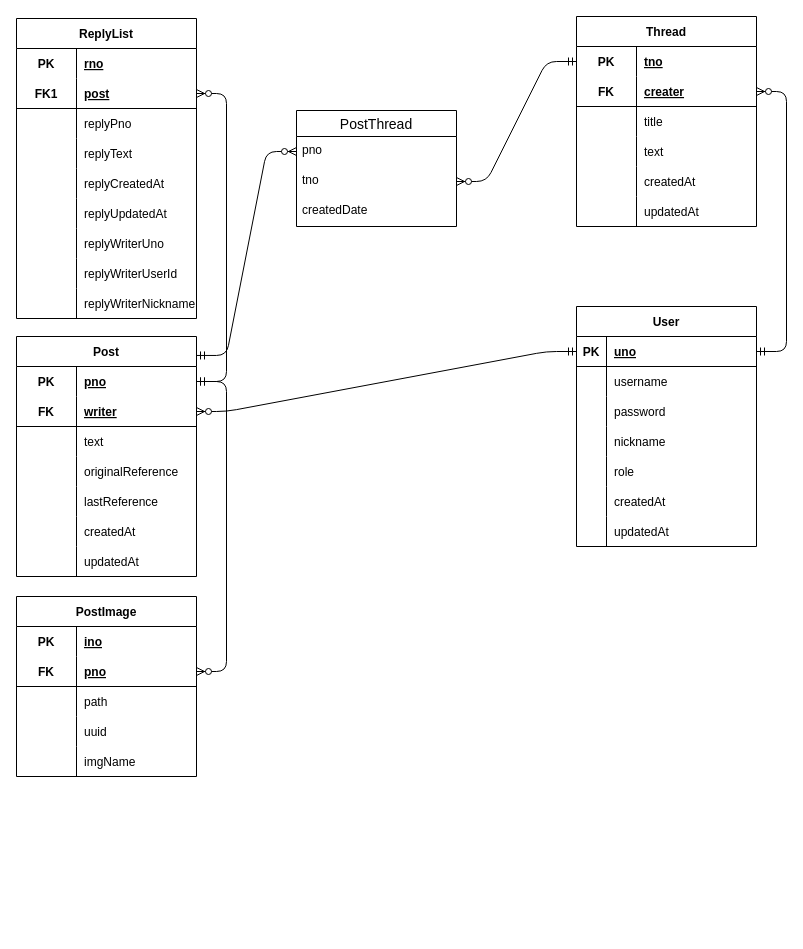
Earlier version of the draw.io diagram drawio/post_thread.drawio (dudgus1286/boardproject). Source tidied: cells renumbered, new cells numbered last; positions are measured from the earlier drawing's top-left corner, leaving out a move shared by most shapes. Both pictures are drawn from the tidied source at 100%, with x=0, y=0 at pixel (16, 16).
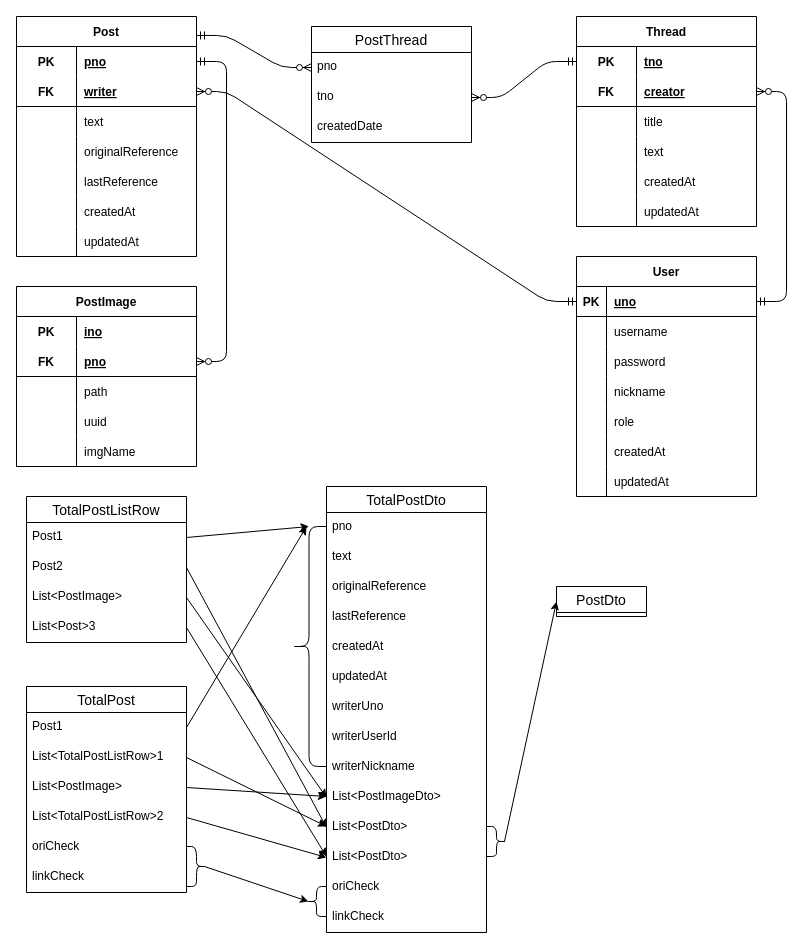
The same page after the edit.

The change refers to these unchanged cells:
```xml
<mxCell id="6" style="shape=tableRow;horizontal=0;startSize=0;swimlaneHead=0;swimlaneBody=0;fillColor=none;points=[[0,0.5],[1,0.5]];portConstraint=eastwest;top=0;left=0;right=0;bottom=1;" parent="2" vertex="1">
  <mxGeometry y="60" width="180" height="30" as="geometry" />
</mxCell>
<mxCell id="22" style="shape=tableRow;horizontal=0;startSize=0;swimlaneHead=0;swimlaneBody=0;fillColor=none;points=[[0,0.5],[1,0.5]];portConstraint=eastwest;top=0;left=0;right=0;bottom=0;" parent="21" vertex="1">
  <mxGeometry y="30" width="180" height="30" as="geometry" />
</mxCell>
```

Change to the diagram source:
```diff
@@
-    <mxCell id="8" value="creater" style="shape=partialRectangle;fillColor=none;top=0;left=0;bottom=0;right=0;align=left;spacingLeft=6;fontStyle=5;overflow=hidden;" parent="6" vertex="1">
+    <mxCell id="8" value="creator" style="shape=partialRectangle;fillColor=none;top=0;left=0;bottom=0;right=0;align=left;spacingLeft=6;fontStyle=5;overflow=hidden;" parent="6" vertex="1">
       <mxGeometry x="60" width="120" height="30" as="geometry" />
     </mxCell>
@@
     <mxCell id="21" value="Post" style="shape=table;startSize=30;childLayout=tableLayout;rowLines=0;fontStyle=1;align=center;" parent="1" vertex="1">
-      <mxGeometry y="320" width="180" height="240" as="geometry" />
+      <mxGeometry width="180" height="240" as="geometry" />
     </mxCell>
@@
     <mxCell id="43" value="User" style="shape=table;startSize=30;childLayout=tableLayout;rowLines=0;fontStyle=1;align=center;" parent="1" vertex="1">
-      <mxGeometry x="560" y="290" width="180" height="240" as="geometry" />
+      <mxGeometry x="560" y="240" width="180" height="240" as="geometry" />
     </mxCell>
@@
     <mxCell id="65" value="PostImage" style="shape=table;startSize=30;childLayout=tableLayout;rowLines=0;fontStyle=1;align=center;" parent="1" vertex="1">
-      <mxGeometry y="580" width="180" height="180" as="geometry" />
+      <mxGeometry y="270" width="180" height="180" as="geometry" />
     </mxCell>
@@
     <mxCell id="81" value="PostThread" style="swimlane;fontStyle=0;horizontal=1;startSize=26;align=center;fontSize=14;" parent="1" vertex="1">
-      <mxGeometry x="280" y="94" width="160" height="116" as="geometry" />
+      <mxGeometry x="295" y="10" width="160" height="116" as="geometry" />
     </mxCell>
@@
-    <mxCell id="90" value="ReplyList" style="shape=table;startSize=30;childLayout=tableLayout;rowLines=0;fontStyle=1;align=center;" parent="1" vertex="1">
-      <mxGeometry y="2" width="180" height="300" as="geometry" />
-    </mxCell>
-    <mxCell id="91" style="shape=tableRow;horizontal=0;startSize=0;swimlaneHead=0;swimlaneBody=0;fillColor=none;top=0;left=0;right=0;bottom=0;" parent="90" vertex="1">
-      <mxGeometry y="30" width="180" height="30" as="geometry" />
-    </mxCell>
-    <mxCell id="92" value="PK" style="shape=partialRectangle;fillColor=none;top=0;left=0;bottom=0;right=0;fontStyle=1;overflow=hidden;" parent="91" vertex="1">
-      <mxGeometry width="60" height="30" as="geometry" />
-    </mxCell>
-    <mxCell id="93" value="rno" style="shape=partialRectangle;fillColor=none;top=0;left=0;bottom=0;right=0;align=left;spacingLeft=6;fontStyle=5;overflow=hidden;" parent="91" vertex="1">
-      <mxGeometry x="60" width="120" height="30" as="geometry" />
-    </mxCell>
-    <mxCell id="94" style="shape=tableRow;horizontal=0;startSize=0;swimlaneHead=0;swimlaneBody=0;fillColor=none;points=[[0,0.5],[1,0.5]];portConstraint=eastwest;top=0;left=0;right=0;bottom=1;" parent="90" vertex="1">
-      <mxGeometry y="60" width="180" height="30" as="geometry" />
-    </mxCell>
-    <mxCell id="95" value="FK1" style="shape=partialRectangle;fillColor=none;top=0;left=0;bottom=0;right=0;fontStyle=1;overflow=hidden;" parent="94" vertex="1">
-      <mxGeometry width="60" height="30" as="geometry" />
-    </mxCell>
-    <mxCell id="96" value="post" style="shape=partialRectangle;fillColor=none;top=0;left=0;bottom=0;right=0;align=left;spacingLeft=6;fontStyle=5;overflow=hidden;" parent="94" vertex="1">
-      <mxGeometry x="60" width="120" height="30" as="geometry" />
-    </mxCell>
-    <mxCell id="97" style="shape=tableRow;horizontal=0;startSize=0;swimlaneHead=0;swimlaneBody=0;fillColor=none;top=0;left=0;right=0;bottom=0;" parent="90" vertex="1">
-      <mxGeometry y="90" width="180" height="30" as="geometry" />
-    </mxCell>
-    <mxCell id="98" style="shape=partialRectangle;fillColor=none;top=0;left=0;bottom=0;right=0;overflow=hidden;" parent="97" vertex="1">
-      <mxGeometry width="60" height="30" as="geometry" />
-    </mxCell>
-    <mxCell id="99" value="replyPno" style="shape=partialRectangle;fillColor=none;top=0;left=0;bottom=0;right=0;align=left;spacingLeft=6;overflow=hidden;" parent="97" vertex="1">
-      <mxGeometry x="60" width="120" height="30" as="geometry" />
-    </mxCell>
-    <mxCell id="100" style="shape=tableRow;horizontal=0;startSize=0;swimlaneHead=0;swimlaneBody=0;fillColor=none;top=0;left=0;right=0;bottom=0;" parent="90" vertex="1">
-      <mxGeometry y="120" width="180" height="30" as="geometry" />
-    </mxCell>
-    <mxCell id="101" style="shape=partialRectangle;fillColor=none;top=0;left=0;bottom=0;right=0;overflow=hidden;" parent="100" vertex="1">
-      <mxGeometry width="60" height="30" as="geometry" />
-    </mxCell>
-    <mxCell id="102" value="replyText" style="shape=partialRectangle;fillColor=none;top=0;left=0;bottom=0;right=0;align=left;spacingLeft=6;overflow=hidden;" parent="100" vertex="1">
-      <mxGeometry x="60" width="120" height="30" as="geometry" />
-    </mxCell>
-    <mxCell id="103" style="shape=tableRow;horizontal=0;startSize=0;swimlaneHead=0;swimlaneBody=0;fillColor=none;top=0;left=0;right=0;bottom=0;" parent="90" vertex="1">
-      <mxGeometry y="150" width="180" height="30" as="geometry" />
-    </mxCell>
-    <mxCell id="104" style="shape=partialRectangle;fillColor=none;top=0;left=0;bottom=0;right=0;overflow=hidden;" parent="103" vertex="1">
-      <mxGeometry width="60" height="30" as="geometry" />
-    </mxCell>
-    <mxCell id="105" value="replyCreatedAt" style="shape=partialRectangle;fillColor=none;top=0;left=0;bottom=0;right=0;align=left;spacingLeft=6;overflow=hidden;" parent="103" vertex="1">
-      <mxGeometry x="60" width="120" height="30" as="geometry" />
-    </mxCell>
-    <mxCell id="106" style="shape=tableRow;horizontal=0;startSize=0;swimlaneHead=0;swimlaneBody=0;fillColor=none;top=0;left=0;right=0;bottom=0;" parent="90" vertex="1">
-      <mxGeometry y="180" width="180" height="30" as="geometry" />
-    </mxCell>
-    <mxCell id="107" style="shape=partialRectangle;fillColor=none;top=0;left=0;bottom=0;right=0;overflow=hidden;" parent="106" vertex="1">
-      <mxGeometry width="60" height="30" as="geometry" />
-    </mxCell>
-    <mxCell id="108" value="replyUpdatedAt" style="shape=partialRectangle;fillColor=none;top=0;left=0;bottom=0;right=0;align=left;spacingLeft=6;overflow=hidden;" parent="106" vertex="1">
-      <mxGeometry x="60" width="120" height="30" as="geometry" />
-    </mxCell>
-    <mxCell id="109" style="shape=tableRow;horizontal=0;startSize=0;swimlaneHead=0;swimlaneBody=0;fillColor=none;top=0;left=0;right=0;bottom=0;" parent="90" vertex="1">
-      <mxGeometry y="210" width="180" height="30" as="geometry" />
-    </mxCell>
-    <mxCell id="110" style="shape=partialRectangle;fillColor=none;top=0;left=0;bottom=0;right=0;overflow=hidden;" parent="109" vertex="1">
-      <mxGeometry width="60" height="30" as="geometry" />
-    </mxCell>
-    <mxCell id="111" value="replyWriterUno" style="shape=partialRectangle;fillColor=none;top=0;left=0;bottom=0;right=0;align=left;spacingLeft=6;overflow=hidden;" parent="109" vertex="1">
-      <mxGeometry x="60" width="120" height="30" as="geometry" />
-    </mxCell>
-    <mxCell id="112" style="shape=tableRow;horizontal=0;startSize=0;swimlaneHead=0;swimlaneBody=0;fillColor=none;top=0;left=0;right=0;bottom=0;" parent="90" vertex="1">
-      <mxGeometry y="240" width="180" height="30" as="geometry" />
-    </mxCell>
-    <mxCell id="113" style="shape=partialRectangle;fillColor=none;top=0;left=0;bottom=0;right=0;overflow=hidden;" parent="112" vertex="1">
-      <mxGeometry width="60" height="30" as="geometry" />
-    </mxCell>
-    <mxCell id="114" value="replyWriterUserId" style="shape=partialRectangle;fillColor=none;top=0;left=0;bottom=0;right=0;align=left;spacingLeft=6;overflow=hidden;" parent="112" vertex="1">
-      <mxGeometry x="60" width="120" height="30" as="geometry" />
-    </mxCell>
-    <mxCell id="115" style="shape=tableRow;horizontal=0;startSize=0;swimlaneHead=0;swimlaneBody=0;fillColor=none;top=0;left=0;right=0;bottom=0;" parent="90" vertex="1">
-      <mxGeometry y="270" width="180" height="30" as="geometry" />
-    </mxCell>
-    <mxCell id="116" style="shape=partialRectangle;fillColor=none;top=0;left=0;bottom=0;right=0;overflow=hidden;" parent="115" vertex="1">
-      <mxGeometry width="60" height="30" as="geometry" />
-    </mxCell>
-    <mxCell id="117" value="replyWriterNickname" style="shape=partialRectangle;fillColor=none;top=0;left=0;bottom=0;right=0;align=left;spacingLeft=6;overflow=hidden;" parent="115" vertex="1">
-      <mxGeometry x="60" width="120" height="30" as="geometry" />
-    </mxCell>
-    <mxCell id="118" style="edgeStyle=entityRelationEdgeStyle;fontSize=12;html=1;endArrow=ERzeroToMany;startArrow=ERmandOne;exitX=1;exitY=0.5;exitDx=0;exitDy=0;entryX=1;entryY=0.5;entryDx=0;entryDy=0;" parent="1" edge="1" source="22" target="94">
-      <mxGeometry relative="1" as="geometry" />
-    </mxCell>
+    <mxCell id="119" value="TotalPostListRow" style="swimlane;fontStyle=0;horizontal=1;startSize=26;align=center;fontSize=14;" parent="1" vertex="1">
+      <mxGeometry x="10" y="480" width="160" height="146" as="geometry" />
+    </mxCell>
+    <mxCell id="120" value="Post1" style="text;strokeColor=none;fillColor=none;spacingLeft=4;spacingRight=4;overflow=hidden;points=[[0,0.5],[1,0.5]];portConstraint=eastwest;fontSize=12;" parent="119" vertex="1">
+      <mxGeometry y="26" width="160" height="30" as="geometry" />
+    </mxCell>
+    <mxCell id="121" value="Post2" style="text;strokeColor=none;fillColor=none;spacingLeft=4;spacingRight=4;overflow=hidden;points=[[0,0.5],[1,0.5]];portConstraint=eastwest;fontSize=12;" parent="119" vertex="1">
+      <mxGeometry y="56" width="160" height="30" as="geometry" />
+    </mxCell>
+    <mxCell id="122" value="List&lt;PostImage&gt;" style="text;strokeColor=none;fillColor=none;spacingLeft=4;spacingRight=4;overflow=hidden;points=[[0,0.5],[1,0.5]];portConstraint=eastwest;fontSize=12;" parent="119" vertex="1">
+      <mxGeometry y="86" width="160" height="30" as="geometry" />
+    </mxCell>
+    <mxCell id="123" value="List&lt;Post&gt;3" style="text;strokeColor=none;fillColor=none;spacingLeft=4;spacingRight=4;overflow=hidden;points=[[0,0.5],[1,0.5]];portConstraint=eastwest;fontSize=12;" parent="119" vertex="1">
+      <mxGeometry y="116" width="160" height="30" as="geometry" />
+    </mxCell>
+    <mxCell id="124" value="TotalPost" style="swimlane;fontStyle=0;horizontal=1;startSize=26;align=center;fontSize=14;" parent="1" vertex="1">
+      <mxGeometry x="10" y="670" width="160" height="206" as="geometry" />
+    </mxCell>
+    <mxCell id="125" value="Post1" style="text;strokeColor=none;fillColor=none;spacingLeft=4;spacingRight=4;overflow=hidden;points=[[0,0.5],[1,0.5]];portConstraint=eastwest;fontSize=12;" parent="124" vertex="1">
+      <mxGeometry y="26" width="160" height="30" as="geometry" />
+    </mxCell>
+    <mxCell id="126" value="List&lt;TotalPostListRow&gt;1" style="text;strokeColor=none;fillColor=none;spacingLeft=4;spacingRight=4;overflow=hidden;points=[[0,0.5],[1,0.5]];portConstraint=eastwest;fontSize=12;" parent="124" vertex="1">
+      <mxGeometry y="56" width="160" height="30" as="geometry" />
+    </mxCell>
+    <mxCell id="127" value="List&lt;PostImage&gt;" style="text;strokeColor=none;fillColor=none;spacingLeft=4;spacingRight=4;overflow=hidden;points=[[0,0.5],[1,0.5]];portConstraint=eastwest;fontSize=12;" parent="124" vertex="1">
+      <mxGeometry y="86" width="160" height="30" as="geometry" />
+    </mxCell>
+    <mxCell id="128" value="List&lt;TotalPostListRow&gt;2" style="text;strokeColor=none;fillColor=none;spacingLeft=4;spacingRight=4;overflow=hidden;points=[[0,0.5],[1,0.5]];portConstraint=eastwest;fontSize=12;" parent="124" vertex="1">
+      <mxGeometry y="116" width="160" height="30" as="geometry" />
+    </mxCell>
+    <mxCell id="129" value="oriCheck" style="text;strokeColor=none;fillColor=none;spacingLeft=4;spacingRight=4;overflow=hidden;fontSize=12;" parent="124" vertex="1">
+      <mxGeometry y="146" width="160" height="30" as="geometry" />
+    </mxCell>
+    <mxCell id="130" value="linkCheck" style="text;strokeColor=none;fillColor=none;spacingLeft=4;spacingRight=4;overflow=hidden;fontSize=12;" parent="124" vertex="1">
+      <mxGeometry y="176" width="160" height="30" as="geometry" />
+    </mxCell>
+    <mxCell id="131" value="TotalPostDto" style="swimlane;fontStyle=0;horizontal=1;startSize=26;align=center;fontSize=14;" parent="1" vertex="1">
+      <mxGeometry x="310" y="470" width="160" height="446" as="geometry" />
+    </mxCell>
+    <mxCell id="132" value="pno" style="text;strokeColor=none;fillColor=none;spacingLeft=4;spacingRight=4;overflow=hidden;fontSize=12;" parent="131" vertex="1">
+      <mxGeometry y="26" width="160" height="30" as="geometry" />
+    </mxCell>
+    <mxCell id="133" value="text" style="text;strokeColor=none;fillColor=none;spacingLeft=4;spacingRight=4;overflow=hidden;fontSize=12;" parent="131" vertex="1">
+      <mxGeometry y="56" width="160" height="30" as="geometry" />
+    </mxCell>
+    <mxCell id="134" value="originalReference" style="text;strokeColor=none;fillColor=none;spacingLeft=4;spacingRight=4;overflow=hidden;fontSize=12;" parent="131" vertex="1">
+      <mxGeometry y="86" width="160" height="30" as="geometry" />
+    </mxCell>
+    <mxCell id="135" value="lastReference" style="text;strokeColor=none;fillColor=none;spacingLeft=4;spacingRight=4;overflow=hidden;fontSize=12;" parent="131" vertex="1">
+      <mxGeometry y="116" width="160" height="30" as="geometry" />
+    </mxCell>
+    <mxCell id="136" value="createdAt" style="text;strokeColor=none;fillColor=none;spacingLeft=4;spacingRight=4;overflow=hidden;fontSize=12;" parent="131" vertex="1">
+      <mxGeometry y="146" width="160" height="30" as="geometry" />
+    </mxCell>
+    <mxCell id="137" value="updatedAt" style="text;strokeColor=none;fillColor=none;spacingLeft=4;spacingRight=4;overflow=hidden;fontSize=12;" parent="131" vertex="1">
+      <mxGeometry y="176" width="160" height="30" as="geometry" />
+    </mxCell>
+    <mxCell id="138" value="writerUno" style="text;strokeColor=none;fillColor=none;spacingLeft=4;spacingRight=4;overflow=hidden;fontSize=12;" parent="131" vertex="1">
+      <mxGeometry y="206" width="160" height="30" as="geometry" />
+    </mxCell>
+    <mxCell id="139" value="writerUserId" style="text;strokeColor=none;fillColor=none;spacingLeft=4;spacingRight=4;overflow=hidden;fontSize=12;" parent="131" vertex="1">
+      <mxGeometry y="236" width="160" height="30" as="geometry" />
+    </mxCell>
+    <mxCell id="140" value="writerNickname" style="text;strokeColor=none;fillColor=none;spacingLeft=4;spacingRight=4;overflow=hidden;fontSize=12;" parent="131" vertex="1">
+      <mxGeometry y="266" width="160" height="30" as="geometry" />
+    </mxCell>
+    <mxCell id="141" value="List&lt;PostImageDto&gt;" style="text;strokeColor=none;fillColor=none;spacingLeft=4;spacingRight=4;overflow=hidden;points=[[0,0.5],[1,0.5]];portConstraint=eastwest;fontSize=12;" parent="131" vertex="1">
+      <mxGeometry y="296" width="160" height="30" as="geometry" />
+    </mxCell>
+    <mxCell id="142" value="List&lt;PostDto&gt;" style="text;strokeColor=none;fillColor=none;spacingLeft=4;spacingRight=4;overflow=hidden;points=[[0,0.5],[1,0.5]];portConstraint=eastwest;fontSize=12;" parent="131" vertex="1">
+      <mxGeometry y="326" width="160" height="30" as="geometry" />
+    </mxCell>
+    <mxCell id="143" value="List&lt;PostDto&gt;" style="text;strokeColor=none;fillColor=none;spacingLeft=4;spacingRight=4;overflow=hidden;points=[[0,0.5],[1,0.5]];portConstraint=eastwest;fontSize=12;" parent="131" vertex="1">
+      <mxGeometry y="356" width="160" height="30" as="geometry" />
+    </mxCell>
+    <mxCell id="144" value="oriCheck" style="text;strokeColor=none;fillColor=none;spacingLeft=4;spacingRight=4;overflow=hidden;fontSize=12;" parent="131" vertex="1">
+      <mxGeometry y="386" width="160" height="30" as="geometry" />
+    </mxCell>
+    <mxCell id="145" value="linkCheck" style="text;strokeColor=none;fillColor=none;spacingLeft=4;spacingRight=4;overflow=hidden;fontSize=12;" parent="131" vertex="1">
+      <mxGeometry y="416" width="160" height="30" as="geometry" />
+    </mxCell>
+    <mxCell id="146" value="PostDto" style="swimlane;fontStyle=0;horizontal=1;startSize=26;align=center;fontSize=14;" parent="1" vertex="1" collapsed="1">
+      <mxGeometry x="540" y="570" width="90" height="30" as="geometry" />
+    </mxCell>
+    <mxCell id="147" style="shape=curlyBracket;whiteSpace=wrap;html=1;rounded=1;labelPosition=left;verticalLabelPosition=middle;align=right;verticalAlign=middle;" parent="1" vertex="1">
+      <mxGeometry x="275" y="510" width="35" height="240" as="geometry" />
+    </mxCell>
+    <mxCell id="148" style="edgeStyle=none;html=1;exitX=1;exitY=0.5;exitDx=0;exitDy=0;entryX=0.5;entryY=0;entryDx=0;entryDy=0;" parent="1" edge="1" source="120" target="147">
+      <mxGeometry relative="1" as="geometry" />
+    </mxCell>
+    <mxCell id="149" style="edgeStyle=none;html=1;exitX=1;exitY=0.5;exitDx=0;exitDy=0;" parent="1" edge="1" source="125">
+      <mxGeometry relative="1" as="geometry">
+        <mxPoint x="290" y="510" as="targetPoint" />
+      </mxGeometry>
+    </mxCell>
+    <mxCell id="150" style="edgeStyle=none;html=1;exitX=1;exitY=0.5;exitDx=0;exitDy=0;entryX=0;entryY=0.5;entryDx=0;entryDy=0;" parent="1" edge="1" source="121" target="142">
+      <mxGeometry relative="1" as="geometry" />
+    </mxCell>
+    <mxCell id="151" style="edgeStyle=none;html=1;exitX=1;exitY=0.5;exitDx=0;exitDy=0;" parent="1" edge="1" source="126">
+      <mxGeometry relative="1" as="geometry">
+        <mxPoint x="310" y="810" as="targetPoint" />
+      </mxGeometry>
+    </mxCell>
+    <mxCell id="152" style="edgeStyle=none;html=1;exitX=1;exitY=0.5;exitDx=0;exitDy=0;entryX=0;entryY=0.5;entryDx=0;entryDy=0;" parent="1" edge="1" source="128" target="143">
+      <mxGeometry relative="1" as="geometry" />
+    </mxCell>
+    <mxCell id="153" style="edgeStyle=none;html=1;exitX=1;exitY=0.5;exitDx=0;exitDy=0;" parent="1" edge="1" source="123">
+      <mxGeometry relative="1" as="geometry">
+        <mxPoint x="310" y="840" as="targetPoint" />
+      </mxGeometry>
+    </mxCell>
+    <mxCell id="154" style="edgeStyle=none;html=1;exitX=1;exitY=0.5;exitDx=0;exitDy=0;entryX=0;entryY=0.5;entryDx=0;entryDy=0;" parent="1" edge="1" source="122" target="141">
+      <mxGeometry relative="1" as="geometry" />
+    </mxCell>
+    <mxCell id="155" style="edgeStyle=none;html=1;exitX=1;exitY=0.5;exitDx=0;exitDy=0;" parent="1" edge="1" source="127">
+      <mxGeometry relative="1" as="geometry">
+        <mxPoint x="310" y="780" as="targetPoint" />
+      </mxGeometry>
+    </mxCell>
+    <mxCell id="156" style="edgeStyle=none;html=1;exitX=0.1;exitY=0.5;exitDx=0;exitDy=0;exitPerimeter=0;entryX=0;entryY=0.5;entryDx=0;entryDy=0;" parent="1" edge="1" source="157" target="146">
+      <mxGeometry relative="1" as="geometry" />
+    </mxCell>
+    <mxCell id="157" style="shape=curlyBracket;whiteSpace=wrap;html=1;rounded=1;flipH=1;labelPosition=right;verticalLabelPosition=middle;align=left;verticalAlign=middle;size=0.5;" parent="1" vertex="1">
+      <mxGeometry x="470" y="810" width="20" height="30" as="geometry" />
+    </mxCell>
+    <mxCell id="158" style="edgeStyle=none;html=1;exitX=0.1;exitY=0.5;exitDx=0;exitDy=0;exitPerimeter=0;entryX=0.1;entryY=0.5;entryDx=0;entryDy=0;entryPerimeter=0;" parent="1" edge="1" source="159" target="160">
+      <mxGeometry relative="1" as="geometry" />
+    </mxCell>
+    <mxCell id="159" style="shape=curlyBracket;whiteSpace=wrap;html=1;rounded=1;flipH=1;labelPosition=right;verticalLabelPosition=middle;align=left;verticalAlign=middle;size=0.5;" parent="1" vertex="1">
+      <mxGeometry x="170" y="830" width="20" height="40" as="geometry" />
+    </mxCell>
+    <mxCell id="160" style="shape=curlyBracket;whiteSpace=wrap;html=1;rounded=1;labelPosition=left;verticalLabelPosition=middle;align=right;verticalAlign=middle;" parent="1" vertex="1">
+      <mxGeometry x="290" y="870" width="20" height="30" as="geometry" />
+    </mxCell>
```
